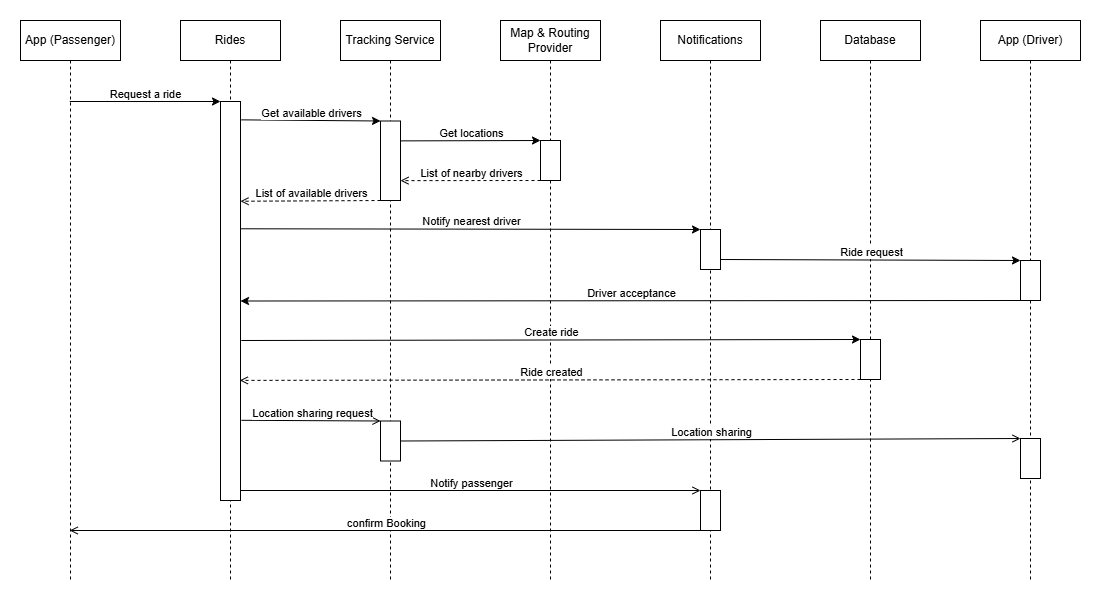
erionpolisi/rideshare-drop_arc42 keeps this draw.io diagram as EN/images/06_booking.png. Above is the earlier version. Source tidied: cells renumbered, new cells last; positions are measured from the earlier drawing's top-left corner, leaving out a move shared by most shapes.
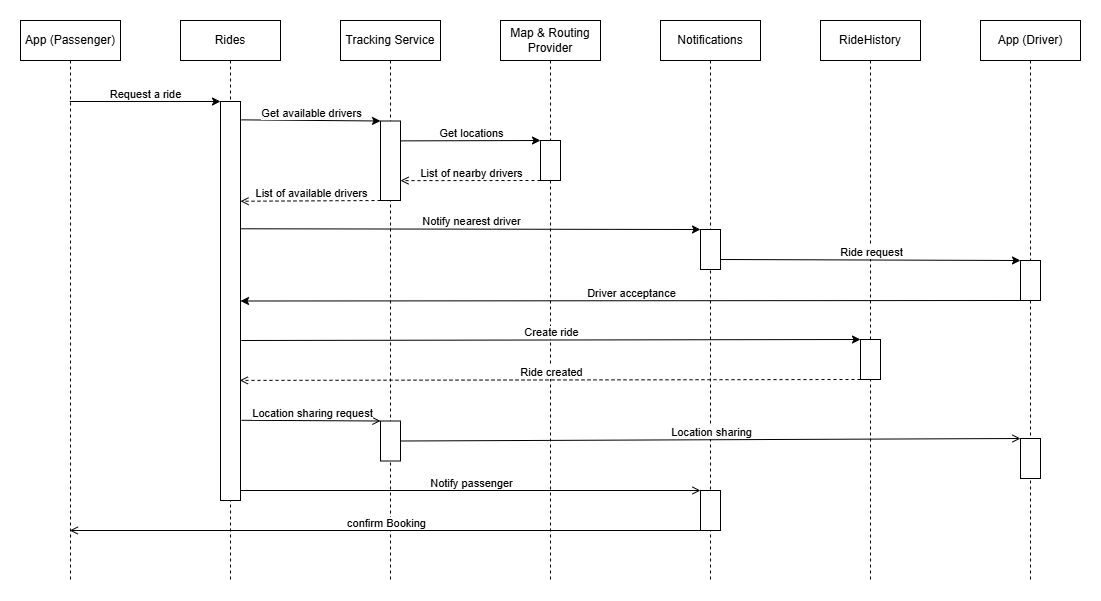
Later version of the same file.

Commit message:
Updated section 06 diagrams

What changed in the source:
```diff
@@ -14,7 +14,7 @@
     <mxCell id="5" value="&lt;div&gt;Map &amp;amp; Routing&lt;/div&gt;&lt;div&gt;Provider&lt;/div&gt;" style="shape=umlLifeline;perimeter=lifelinePerimeter;whiteSpace=wrap;html=1;newEdgeStyle={&quot;curved&quot;:0,&quot;rounded&quot;:0};" parent="1" vertex="1">
       <mxGeometry x="480" width="100" height="560" as="geometry" />
     </mxCell>
-    <mxCell id="6" value="Database" style="shape=umlLifeline;perimeter=lifelinePerimeter;whiteSpace=wrap;html=1;newEdgeStyle={&quot;curved&quot;:0,&quot;rounded&quot;:0};" parent="1" vertex="1">
+    <mxCell id="6" value="RideHistory" style="shape=umlLifeline;perimeter=lifelinePerimeter;whiteSpace=wrap;html=1;newEdgeStyle={&quot;curved&quot;:0,&quot;rounded&quot;:0};" parent="1" vertex="1">
       <mxGeometry x="800" width="100" height="560" as="geometry" />
     </mxCell>
     <mxCell id="7" value="App (Driver)" style="shape=umlLifeline;perimeter=lifelinePerimeter;whiteSpace=wrap;html=1;newEdgeStyle={&quot;curved&quot;:0,&quot;rounded&quot;:0};" parent="1" vertex="1">
```
